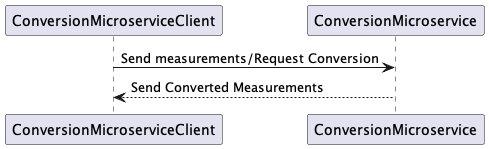
Above: conversion_microservice.png in willfranx/cs361-microservice-A (PlantUML), before the change.
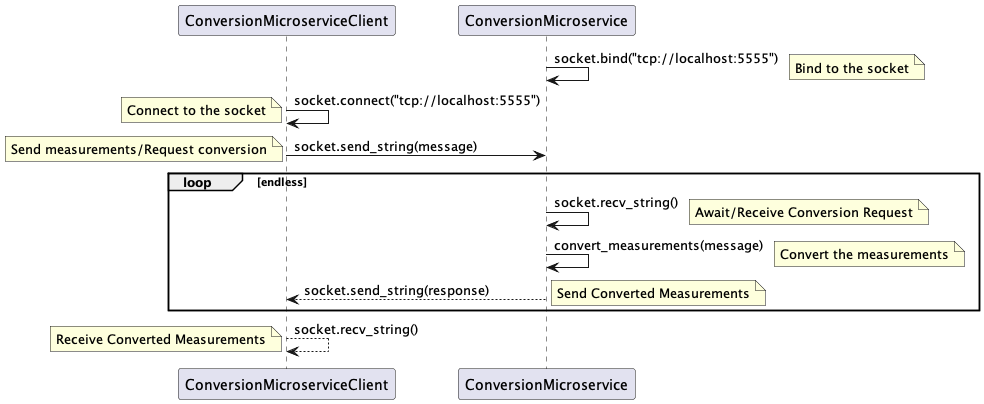
The same diagram one commit later.

Commit message:
updated UML diagram

The edit, as a diff of the source:
```diff
@@ -1,4 +1,33 @@
 @startuml
-ConversionMicroserviceClient -> ConversionMicroservice: Send measurements/Request Conversion
-ConversionMicroservice --> ConversionMicroserviceClient: Send Converted Measurements
+ConversionMicroservice -> ConversionMicroservice: socket.bind("tcp://localhost:5555")
+note right
+  Bind to the socket
+end note
+ConversionMicroserviceClient -> ConversionMicroserviceClient: socket.connect("tcp://localhost:5555")
+note left
+  Connect to the socket
+end note
+ConversionMicroserviceClient -> ConversionMicroservice: socket.send_string(message)
+note left
+  Send measurements/Request conversion
+end note
+loop endless
+participant ConversionMicroservice
+    ConversionMicroservice -> ConversionMicroservice: socket.recv_string()
+    note right
+        Await/Receive Conversion Request
+    end note
+    ConversionMicroservice -> ConversionMicroservice: convert_measurements(message)
+    note right
+        Convert the measurements
+    end note
+    ConversionMicroservice --> ConversionMicroserviceClient: socket.send_string(response)
+    note right
+        Send Converted Measurements
+    end note
+end
+ConversionMicroserviceClient --> ConversionMicroserviceClient: socket.recv_string()
+note left
+    Receive Converted Measurements
+end note
 @enduml
```
